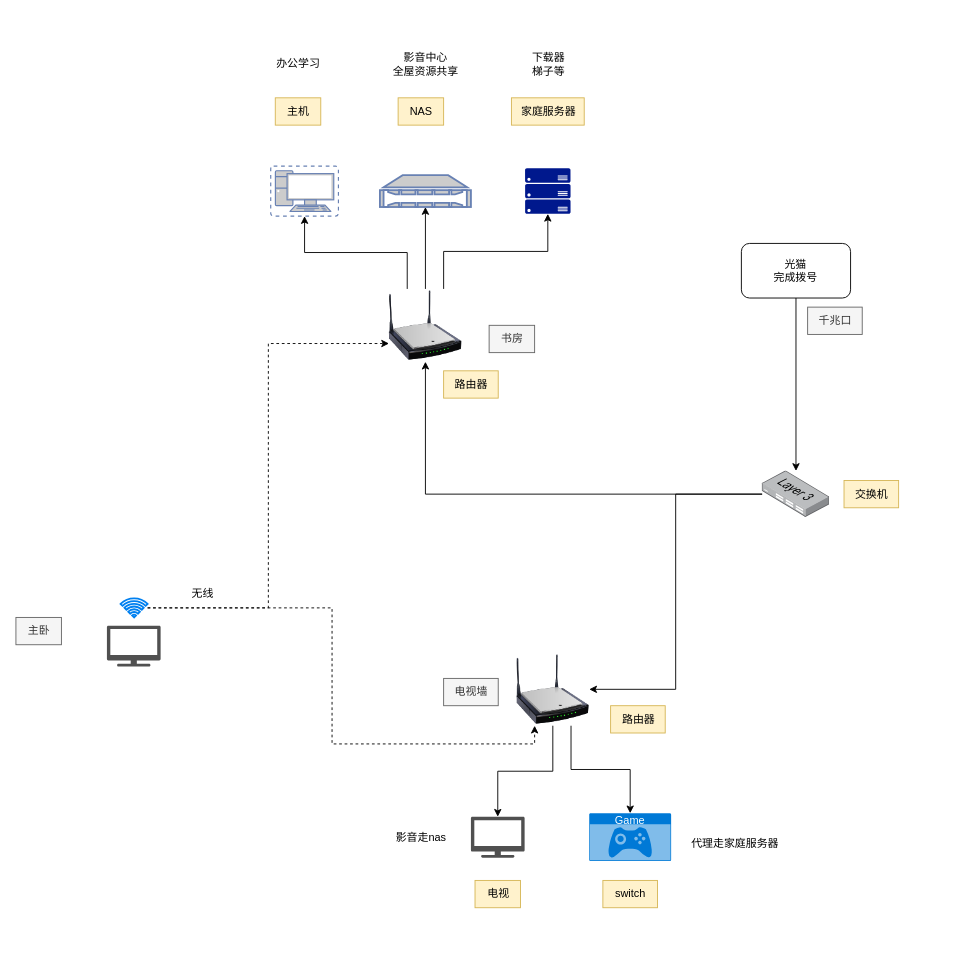
Earlier version of the draw.io diagram page "第 2 页" (2 of 2) of live.drawio (lovercode/drawio). Source tidied: cells renumbered, new cells numbered last; positions are measured from the earlier drawing's top-left corner, leaving out a move shared by most shapes. Both pictures are drawn from the tidied source at 91%, with x=0, y=0 at pixel (15, 46).
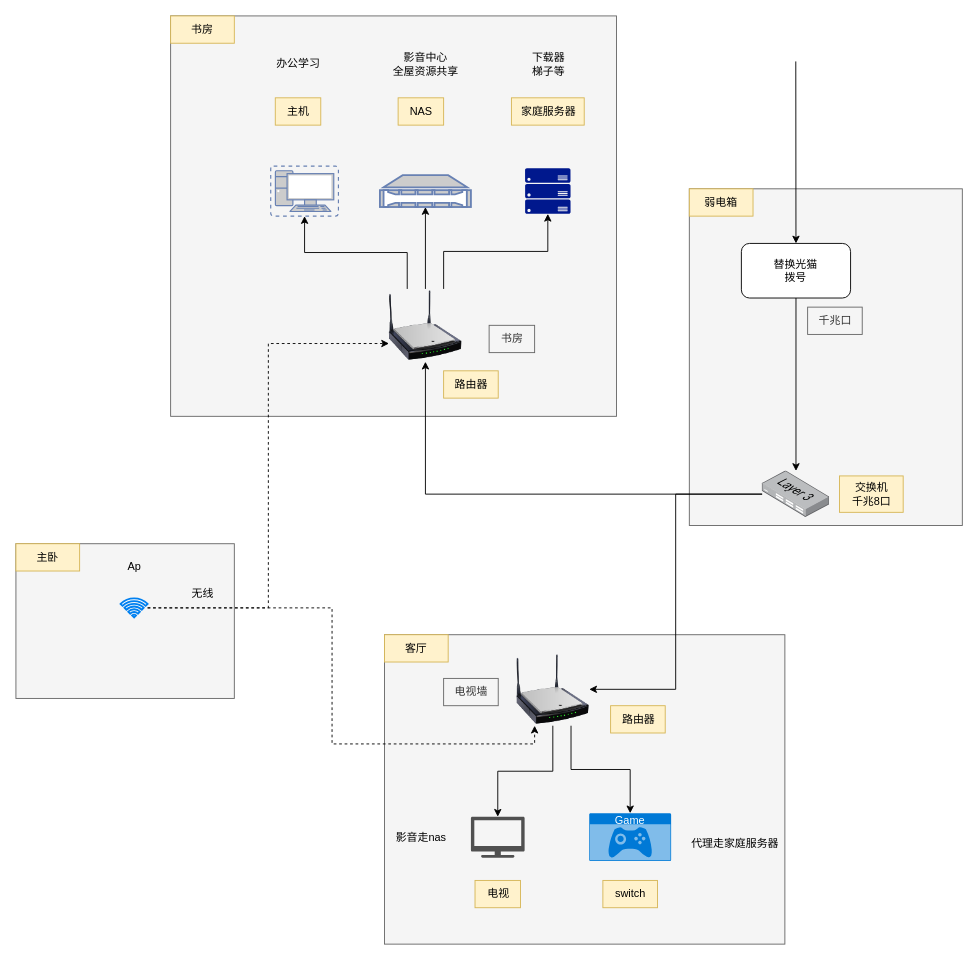
Above is the later version.

Change to the diagram source:
```diff
@@
+    <mxCell id="41" style="rounded=0;whiteSpace=wrap;html=1;fillColor=#f5f5f5;fontColor=#333333;strokeColor=#666666;" parent="1" vertex="1">
+      <mxGeometry x="170" y="-33" width="490" height="440" as="geometry" />
+    </mxCell>
+    <mxCell id="42" style="rounded=0;whiteSpace=wrap;html=1;fillColor=#f5f5f5;fontColor=#333333;strokeColor=#666666;" parent="1" vertex="1">
+      <mxGeometry y="547" width="240" height="170" as="geometry" />
+    </mxCell>
+    <mxCell id="43" style="rounded=0;whiteSpace=wrap;html=1;fillColor=#f5f5f5;fontColor=#333333;strokeColor=#666666;" parent="1" vertex="1">
+      <mxGeometry x="405" y="647" width="440" height="340" as="geometry" />
+    </mxCell>
+    <mxCell id="44" style="rounded=0;whiteSpace=wrap;html=1;fillColor=#f5f5f5;fontColor=#333333;strokeColor=#666666;" parent="1" vertex="1">
+      <mxGeometry x="740" y="157" width="300" height="370" as="geometry" />
+    </mxCell>
@@
-    <mxCell id="5" value="交换机" style="text;html=1;align=center;verticalAlign=middle;strokeColor=#d6b656;fillColor=#fff2cc;" parent="1" vertex="1">
-      <mxGeometry x="910" y="477.5" width="60" height="30" as="geometry" />
+    <mxCell id="5" value="交换机&lt;div&gt;千兆8口&lt;/div&gt;" style="text;html=1;align=center;verticalAlign=middle;strokeColor=#d6b656;fillColor=#fff2cc;" parent="1" vertex="1">
+      <mxGeometry x="905" y="472.5" width="70" height="40" as="geometry" />
     </mxCell>
@@
-    <mxCell id="10" value="光猫&lt;br&gt;完成拨号" style="rounded=1;whiteSpace=wrap;html=1;" parent="1" vertex="1">
+    <mxCell id="10" value="替换光猫&lt;br&gt;&lt;div&gt;拨号&lt;/div&gt;" style="rounded=1;whiteSpace=wrap;html=1;" parent="1" vertex="1">
       <mxGeometry x="797.2" y="217" width="120" height="60" as="geometry" />
     </mxCell>
@@
-    <mxCell id="20" style="sketch=0;shadow=0;dashed=0;html=1;strokeColor=none;fillColor=#505050;labelPosition=center;verticalLabelPosition=bottom;verticalAlign=top;align=center;shape=mxgraph.office.devices.tv;" parent="1" vertex="1">
-      <mxGeometry x="100" y="637" width="59" height="45" as="geometry" />
-    </mxCell>
@@
-    <mxCell id="27" value="主卧" style="text;html=1;align=center;verticalAlign=middle;strokeColor=#666666;fillColor=#f5f5f5;fontColor=#333333;" parent="1" vertex="1">
-      <mxGeometry y="628" width="50" height="30" as="geometry" />
-    </mxCell>
@@
+    <mxCell id="45" value="Ap" style="text;html=1;align=center;verticalAlign=middle;strokeColor=none;fillColor=none;" parent="1" vertex="1">
+      <mxGeometry x="109.8" y="557" width="40" height="30" as="geometry" />
+    </mxCell>
+    <mxCell id="46" value="弱电箱" style="rounded=0;whiteSpace=wrap;html=1;fillColor=#fff2cc;strokeColor=#d6b656;" parent="1" vertex="1">
+      <mxGeometry x="740" y="157" width="70" height="30" as="geometry" />
+    </mxCell>
+    <mxCell id="47" value="客厅" style="rounded=0;whiteSpace=wrap;html=1;fillColor=#fff2cc;strokeColor=#d6b656;" parent="1" vertex="1">
+      <mxGeometry x="405" y="647" width="70" height="30" as="geometry" />
+    </mxCell>
+    <mxCell id="27" value="主卧" style="rounded=0;whiteSpace=wrap;html=1;fillColor=#fff2cc;strokeColor=#d6b656;" parent="1" vertex="1">
+      <mxGeometry y="547" width="70" height="30" as="geometry" />
+    </mxCell>
+    <mxCell id="48" value="书房" style="rounded=0;whiteSpace=wrap;html=1;fillColor=#fff2cc;strokeColor=#d6b656;" parent="1" vertex="1">
+      <mxGeometry x="170" y="-33" width="70" height="30" as="geometry" />
+    </mxCell>
+    <mxCell id="49" style="endArrow=classic;html=1;rounded=0;entryX=0.5;entryY=0;entryDx=0;entryDy=0;" parent="1" edge="1" target="10">
+      <mxGeometry relative="1" as="geometry">
+        <mxPoint x="857" y="17" as="sourcePoint" />
+      </mxGeometry>
+    </mxCell>
```
